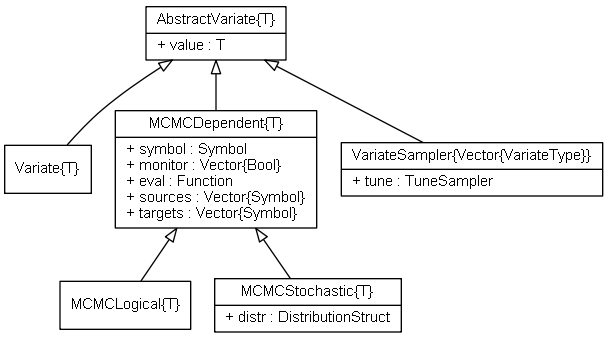
Earlier version of the Graphviz export doc/images/variateUML.png (brian-j-smith/Mamba.jl). Its source is kept beside it as doc/images/variateUML.dot.
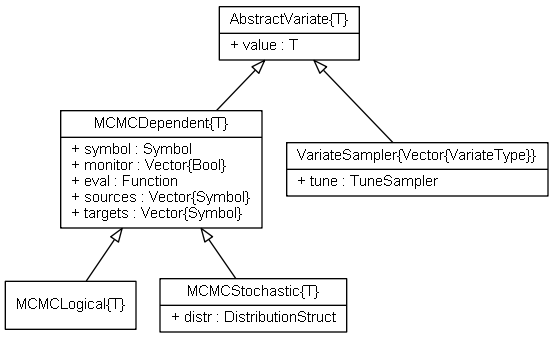
Later version of the same file.

Commit message:
Remove concrete 'Variate' type.

The edit, as a diff of the source:
```diff
@@ -8,8 +8,6 @@
 
 	AbstractVariate [label = "{AbstractVariate\{T\}|+ value : T\l}"]
 
-	Variate [label = "{Variate\{T\}}"]
-
 	MCMCDependent [label = "{MCMCDependent\{T\}|+ symbol : Symbol\l+ monitor : Vector\{Bool\}\l+ eval : Function\l+ sources : Vector\{Symbol\}\l+ targets : Vector\{Symbol\}\l}"]
 
 	MCMCLogical [label = "{MCMCLogical\{T\}}"]
@@ -18,7 +16,6 @@
 
 	VariateSampler [label = "{VariateSampler\{Vector\{VariateType\}\}|+ tune : TuneSampler\l}"]
 
-	AbstractVariate -> Variate
 	AbstractVariate -> MCMCDependent
 	MCMCDependent -> MCMCLogical
 	MCMCDependent -> MCMCStochastic
```
